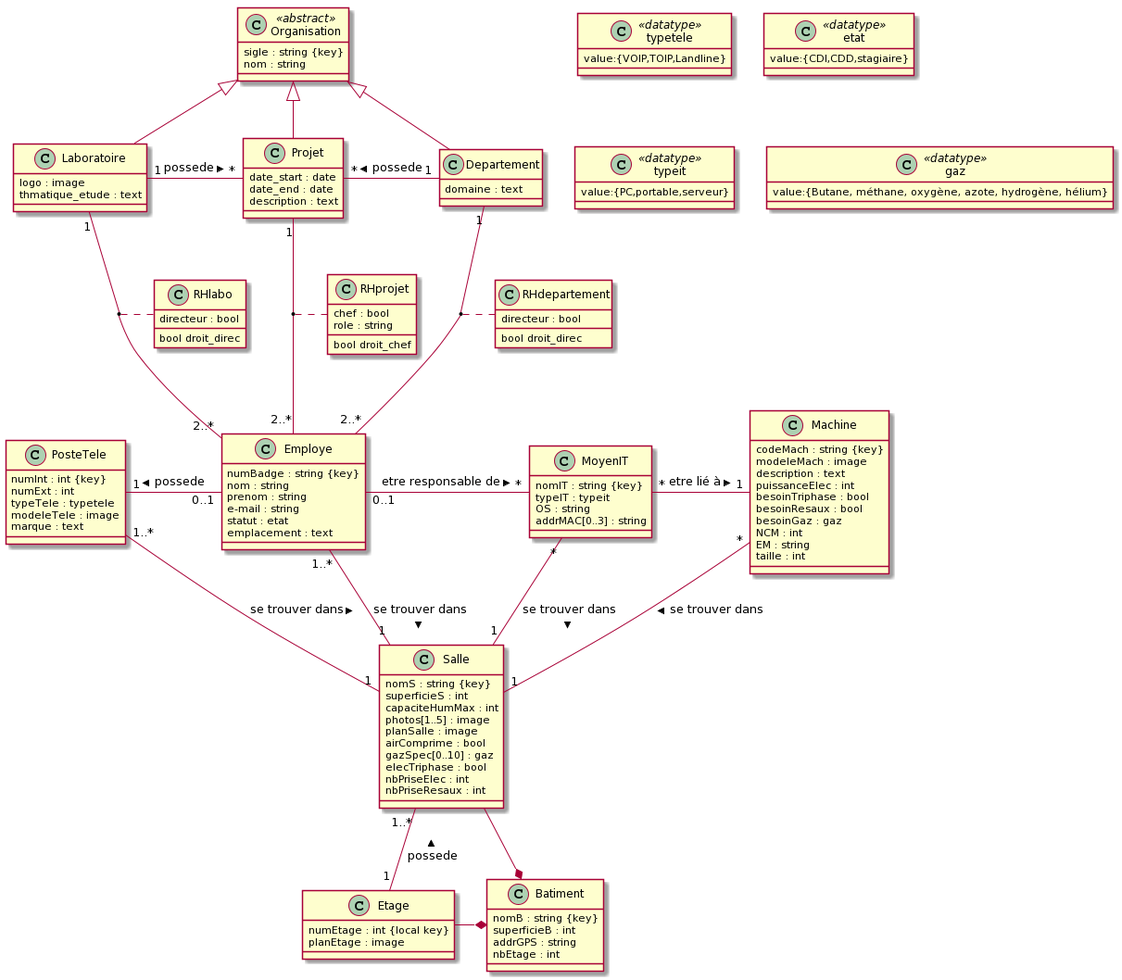
Earlier version of the PlantUML export MCD/UML.png (hanlinAumonde/nf17_projet_individuel). Source of this version:
```plantuml
@startuml
class Organisation <<abstract>>{
  sigle : string {key}
  nom : string
}

class Laboratoire{
  logo : image
  thmatique_etude : text
}

class Projet{
  date_start : date
  date_end : date
  description : text
}

class Departement{
  domaine : text
}


class PosteTele{
  numInt : int {key}
  numExt : int
  typeTele : typetele
  modeleTele : image
  marque : text
}

class typetele <<datatype>>{
  value:{VOIP,TOIP,Landline}
}

class Employe{
  numBadge : string {key}
  nom : string
  prenom : string
  e-mail : string
  statut : etat
  emplacement : text
}

class etat <<datatype>>{
  value:{CDI,CDD,stagiaire}
}

class MoyenIT{
  nomIT : string {key}
  typeIT : typeit
  OS : string
  addrMAC[0..3] : string
}

class typeit <<datatype>>{
  value:{PC,portable,serveur}
}

class Machine{
  codeMach : string {key}
  modeleMach : image
  description : text
  puissanceElec : int
  besoinTriphase : bool
  besoinResaux : bool
  besoinGaz : gaz
  NCM : int
  EM : string
  taille : int
}

class gaz <<datatype>>{
  value:{Butane, méthane, oxygène, azote, hydrogène, hélium}
}



class Salle{
  nomS : string {key}
  superficieS : int
  capaciteHumMax : int
  photos[1..5] : image
  planSalle : image
  airComprime : bool
  gazSpec[0..10] : gaz
  elecTriphase : bool
  nbPriseElec : int
  nbPriseResaux : int
}

class Etage{
  numEtage : int {local key}
  planEtage : image
}

class Batiment{
  nomB : string {key}
  superficieB : int
  addrGPS : string
  nbEtage : int
}

class RHlabo{
  directeur : bool
  {method} bool droit_direc
}

class RHdepartement{
  directeur : bool
  {method} bool droit_direc
}

class RHprojet{
  chef : bool
  role : string
  {method} bool droit_chef
}

Organisation <|-- Laboratoire
Organisation <|-- Projet
Organisation <|-- Departement
Laboratoire "1"-"*" Projet : possede >
Projet "*"-"1" Departement : possede <
Laboratoire "1"--"2..*" Employe
(Laboratoire , Employe) . RHlabo
Projet "1"--"2..*" Employe
(Projet , Employe) . RHprojet
Departement "1"--"2..*" Employe
(Departement , Employe) . RHdepartement
PosteTele "1"-"0..1" Employe : possede <
Employe "0..1"-"*" MoyenIT : etre responsable de >
MoyenIT "*"-"1" Machine : etre lié à >
PosteTele "1..*"--"1" Salle : se trouver dans >
Employe "1..*"--"1" Salle : se trouver dans >
MoyenIT "*"--"1" Salle : se trouver dans >
Machine "*"--"1" Salle : se trouver dans >
Salle "1..*"--"1" Etage : possede <
Salle -* Batiment
Etage -* Batiment
@enduml
```
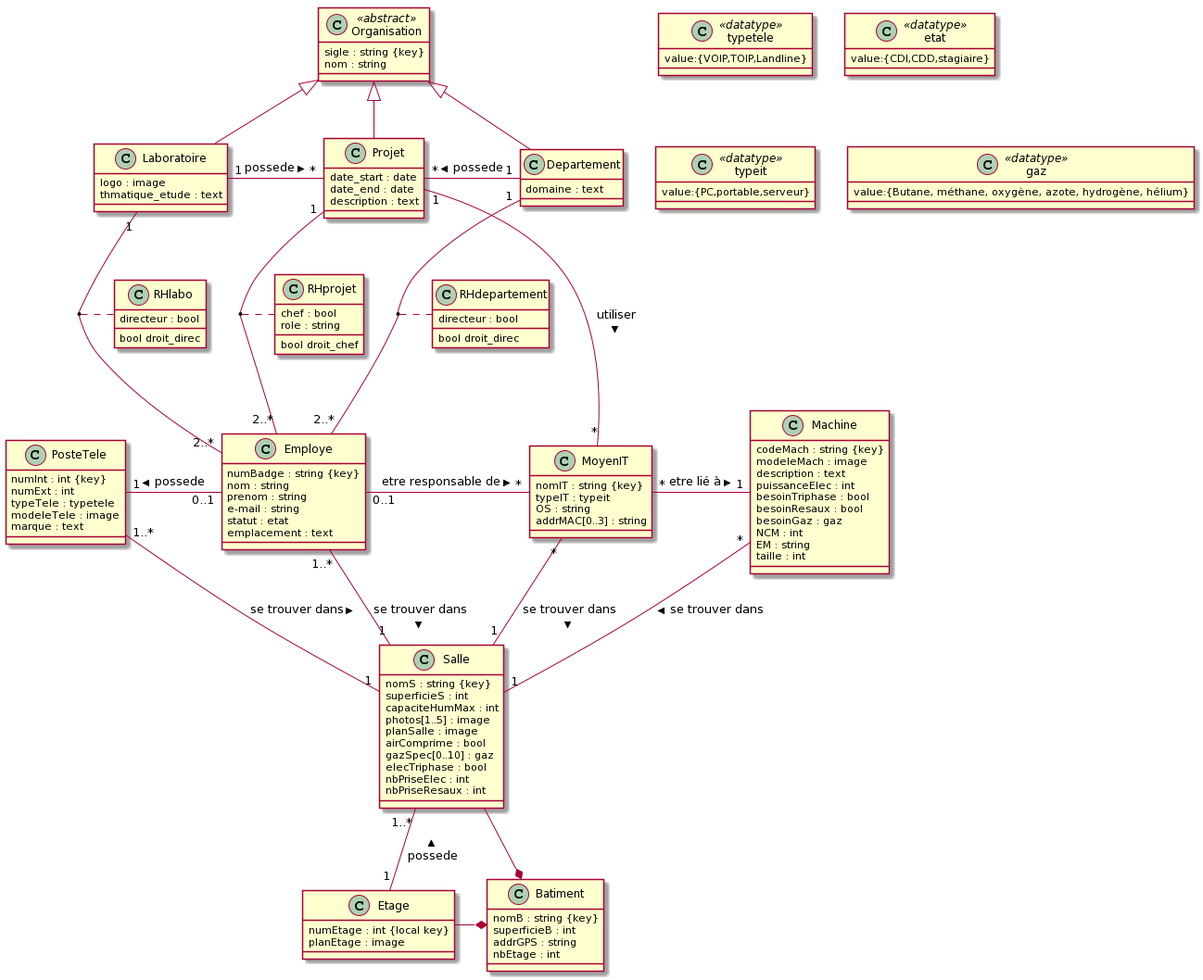
After the commit.

Diff of the diagram source:
```diff
@@ -125,6 +125,7 @@
 (Laboratoire , Employe) . RHlabo
 Projet "1"--"2..*" Employe
 (Projet , Employe) . RHprojet
+Projet "1"--"*" MoyenIT : utiliser >
 Departement "1"--"2..*" Employe
 (Departement , Employe) . RHdepartement
 PosteTele "1"-"0..1" Employe : possede <
```
